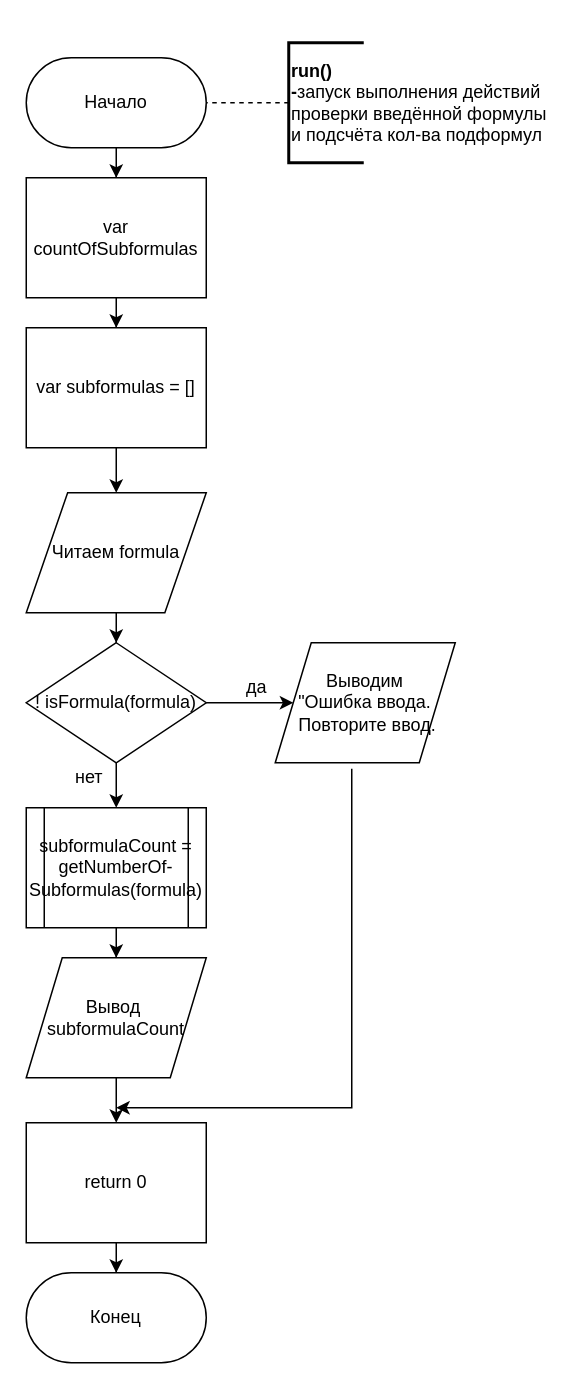
Kuzzzya99/LOIS keeps this draw.io diagram as LR1/report/run.drawio. Above is the earlier version. Source tidied: cells renumbered, new cells numbered last; positions are measured from the earlier drawing's top-left corner, leaving out a move shared by most shapes. Both pictures are drawn from the tidied source at 150%, with x=0, y=0 at pixel (26, 42).
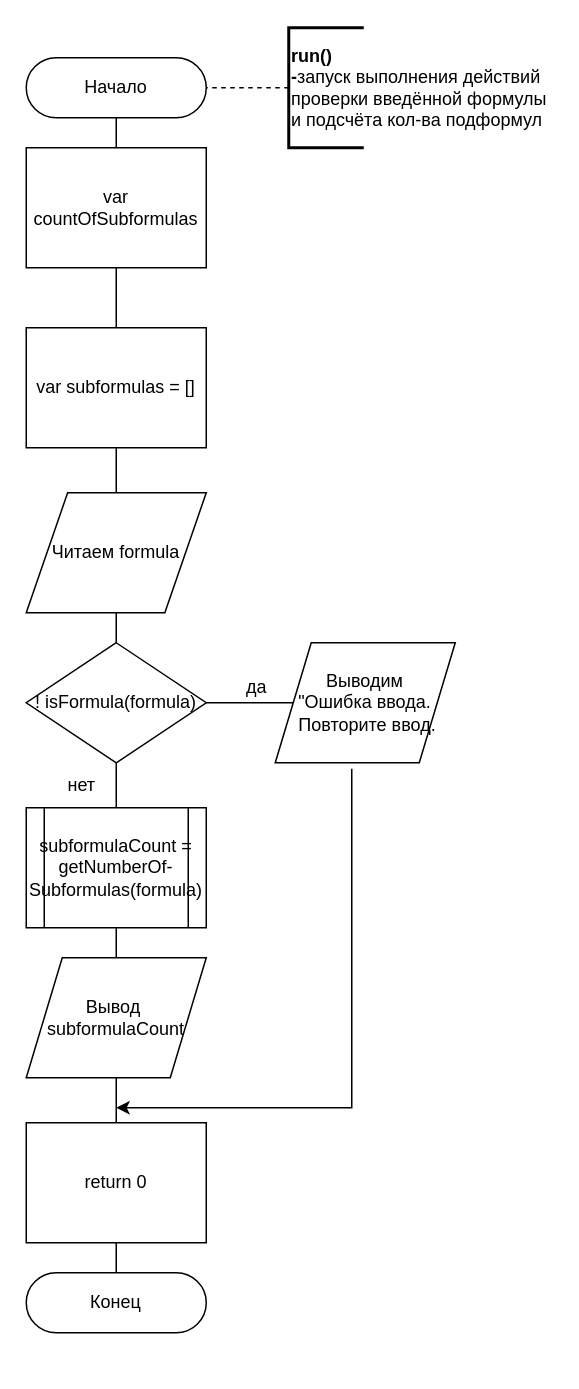
Above is the later version.

Unchanged cells that the change refers to:
```xml
<mxCell id="4" value="! isFormula(formula)" style="rhombus;whiteSpace=wrap;html=1;fillColor=#ffffff;" parent="1" vertex="1">
  <mxGeometry y="400" width="120" height="80" as="geometry" />
</mxCell>
<mxCell id="7" value="return 0" style="rounded=0;whiteSpace=wrap;html=1;fillColor=#ffffff;fontFamily=Helvetica;" parent="1" vertex="1">
  <mxGeometry y="720" width="120" height="80" as="geometry" />
</mxCell>
<mxCell id="14" value="Читаем formula" style="verticalLabelPosition=middle;verticalAlign=middle;html=1;strokeWidth=1;shape=parallelogram;perimeter=parallelogramPerimeter;whiteSpace=wrap;rounded=0;arcSize=12;size=0.23;horizontal=1;labelPosition=center;align=center;" parent="1" vertex="1">
  <mxGeometry y="300" width="120" height="80" as="geometry" />
</mxCell>
<mxCell id="18" value="&lt;div style=&quot;text-align: center&quot;&gt;&lt;span&gt;subformulaCount = getNumberOf-&lt;br&gt;Subformulas(formula)&lt;/span&gt;&lt;/div&gt;" style="shape=process;whiteSpace=wrap;html=1;backgroundOutline=1;rounded=0;strokeWidth=1;" parent="1" vertex="1">
  <mxGeometry y="510" width="120" height="80" as="geometry" />
</mxCell>
<mxCell id="20" value="Вывод&amp;nbsp;&lt;br&gt;subformulaCount&lt;br&gt;" style="shape=parallelogram;perimeter=parallelogramPerimeter;whiteSpace=wrap;html=1;rounded=0;strokeWidth=1;" parent="1" vertex="1">
  <mxGeometry y="610" width="120" height="80" as="geometry" />
</mxCell>
<mxCell id="21" value="Выводим &lt;br&gt;&quot;Ошибка ввода.&lt;br&gt;&amp;nbsp;Повторите ввод." style="shape=parallelogram;perimeter=parallelogramPerimeter;whiteSpace=wrap;html=1;rounded=0;strokeWidth=1;" parent="1" vertex="1">
  <mxGeometry x="166" y="400" width="120" height="80" as="geometry" />
</mxCell>
<mxCell id="25" value="&lt;div&gt;var subformulas = []&lt;/div&gt;" style="rounded=0;whiteSpace=wrap;html=1;strokeWidth=1;" parent="1" vertex="1">
  <mxGeometry y="190" width="120" height="80" as="geometry" />
</mxCell>
```

The edit, as a diff of the source:
```diff
@@
-    <mxCell id="2" style="edgeStyle=orthogonalEdgeStyle;rounded=0;jettySize=auto;html=1;endArrow=classic;endFill=1;strokeWidth=1;" parent="1" edge="1" source="4" target="18">
+    <mxCell id="2" style="edgeStyle=orthogonalEdgeStyle;rounded=0;jettySize=auto;html=1;endArrow=none;endFill=0;strokeWidth=1;" parent="1" edge="1" source="4" target="18">
       <mxGeometry relative="1" as="geometry" />
     </mxCell>
-    <mxCell id="3" style="edgeStyle=orthogonalEdgeStyle;rounded=0;jettySize=auto;html=1;" parent="1" edge="1" source="4" target="21">
+    <mxCell id="3" style="edgeStyle=orthogonalEdgeStyle;rounded=0;jettySize=auto;html=1;endArrow=none;endFill=0;" parent="1" edge="1" source="4" target="21">
       <mxGeometry relative="1" as="geometry" />
     </mxCell>
@@
-    <mxCell id="6" style="edgeStyle=orthogonalEdgeStyle;rounded=0;jettySize=auto;html=1;entryX=0.5;entryY=0;entryDx=0;entryDy=0;endArrow=classic;endFill=1;strokeWidth=1;" parent="1" edge="1" source="7" target="22">
+    <mxCell id="6" style="edgeStyle=orthogonalEdgeStyle;rounded=0;jettySize=auto;html=1;entryX=0.5;entryY=0;entryDx=0;entryDy=0;endArrow=none;endFill=0;strokeWidth=1;" parent="1" edge="1" source="7" target="22">
       <mxGeometry relative="1" as="geometry" />
     </mxCell>
@@
-    <mxCell id="8" style="edgeStyle=orthogonalEdgeStyle;rounded=0;jettySize=auto;html=1;endArrow=classic;endFill=1;strokeWidth=1;" parent="1" edge="1" source="9" target="24">
+    <mxCell id="8" style="edgeStyle=orthogonalEdgeStyle;rounded=0;jettySize=auto;html=1;endArrow=none;endFill=0;strokeWidth=1;" parent="1" edge="1" source="9" target="24">
       <mxGeometry relative="1" as="geometry" />
     </mxCell>
     <mxCell id="9" value="Начало&lt;br&gt;" style="whiteSpace=wrap;html=1;rounded=1;arcSize=50;align=center;verticalAlign=middle;strokeWidth=1;spacing=4;" parent="1" vertex="1">
-      <mxGeometry y="10" width="120" height="60" as="geometry" />
+      <mxGeometry y="10" width="120" height="40" as="geometry" />
     </mxCell>
@@
     <mxCell id="12" value="&lt;div style=&quot;text-align: left&quot;&gt;&lt;b&gt;run()&lt;/b&gt;&lt;/div&gt;&lt;b&gt;&lt;div style=&quot;text-align: left&quot;&gt;&lt;b&gt;-&lt;/b&gt;&lt;span style=&quot;font-weight: normal&quot;&gt;запуск выполнения действий&amp;nbsp;&lt;/span&gt;&lt;/div&gt;&lt;div style=&quot;text-align: left&quot;&gt;&lt;span style=&quot;font-weight: normal&quot;&gt;проверки введённой формулы&amp;nbsp;&lt;/span&gt;&lt;/div&gt;&lt;div style=&quot;text-align: left&quot;&gt;&lt;span style=&quot;font-weight: normal&quot;&gt;и подсчёта кол-ва подформул&lt;/span&gt;&lt;/div&gt;&lt;/b&gt;" style="strokeWidth=2;html=1;shape=mxgraph.flowchart.annotation_1;align=left;" parent="1" vertex="1">
-      <mxGeometry x="175" width="50" height="80" as="geometry" />
+      <mxGeometry x="175" y="-10" width="50" height="80" as="geometry" />
     </mxCell>
-    <mxCell id="13" style="edgeStyle=orthogonalEdgeStyle;rounded=0;jettySize=auto;html=1;endArrow=classic;endFill=1;" parent="1" edge="1" source="14" target="4">
+    <mxCell id="13" style="edgeStyle=orthogonalEdgeStyle;rounded=0;jettySize=auto;html=1;endArrow=none;endFill=0;" parent="1" edge="1" source="14" target="4">
       <mxGeometry relative="1" as="geometry" />
     </mxCell>
@@
     <mxCell id="16" value="нет" style="text;html=1;align=left;verticalAlign=top;spacingTop=-4;" parent="1" vertex="1">
-      <mxGeometry x="31" y="480" width="30" height="20" as="geometry" />
+      <mxGeometry x="26" y="485" width="30" height="20" as="geometry" />
     </mxCell>
-    <mxCell id="17" style="edgeStyle=orthogonalEdgeStyle;rounded=0;jettySize=auto;html=1;endArrow=classic;endFill=1;strokeWidth=1;" parent="1" edge="1" source="18" target="20">
+    <mxCell id="17" style="edgeStyle=orthogonalEdgeStyle;rounded=0;jettySize=auto;html=1;endArrow=none;endFill=0;strokeWidth=1;" parent="1" edge="1" source="18" target="20">
       <mxGeometry relative="1" as="geometry" />
     </mxCell>
@@
-    <mxCell id="19" style="edgeStyle=orthogonalEdgeStyle;rounded=0;jettySize=auto;html=1;" parent="1" edge="1" source="20" target="7">
+    <mxCell id="19" style="edgeStyle=orthogonalEdgeStyle;rounded=0;jettySize=auto;html=1;endArrow=none;endFill=0;" parent="1" edge="1" source="20" target="7">
       <mxGeometry relative="1" as="geometry" />
     </mxCell>
@@
     <mxCell id="22" value="Конец" style="whiteSpace=wrap;html=1;rounded=1;arcSize=50;align=center;verticalAlign=middle;strokeWidth=1;spacing=4;" parent="1" vertex="1">
-      <mxGeometry y="820" width="120" height="60" as="geometry" />
+      <mxGeometry y="820" width="120" height="40" as="geometry" />
     </mxCell>
-    <mxCell id="23" style="edgeStyle=orthogonalEdgeStyle;rounded=0;jettySize=auto;html=1;entryX=0.5;entryY=0;entryDx=0;entryDy=0;endArrow=classic;endFill=1;strokeWidth=1;" parent="1" edge="1" source="24" target="25">
+    <mxCell id="23" style="edgeStyle=orthogonalEdgeStyle;rounded=0;jettySize=auto;html=1;entryX=0.5;entryY=0;entryDx=0;entryDy=0;endArrow=none;endFill=0;strokeWidth=1;" parent="1" edge="1" source="24" target="25">
       <mxGeometry relative="1" as="geometry" />
     </mxCell>
     <mxCell id="24" value="var countOfSubformulas" style="rounded=0;whiteSpace=wrap;html=1;strokeWidth=1;" parent="1" vertex="1">
-      <mxGeometry y="90" width="120" height="80" as="geometry" />
+      <mxGeometry y="70" width="120" height="80" as="geometry" />
     </mxCell>
@@
-    <mxCell id="26" style="endArrow=classic;html=1;entryX=0.5;entryY=0;entryDx=0;entryDy=0;exitX=0.5;exitY=1;exitDx=0;exitDy=0;" parent="1" edge="1" source="25" target="14">
+    <mxCell id="26" style="endArrow=none;html=1;entryX=0.5;entryY=0;entryDx=0;entryDy=0;exitX=0.5;exitY=1;exitDx=0;exitDy=0;endFill=0;" parent="1" edge="1" source="25" target="14">
       <mxGeometry relative="1" as="geometry" />
     </mxCell>
```
